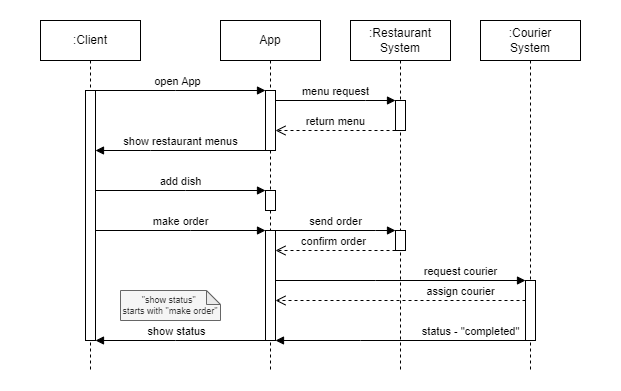
Kaldazar/tp3 keeps this draw.io diagram as PNG-files/sequenceDiagram.png. Above is the earlier version. Source tidied: cells renumbered, new cells last; positions are measured from the earlier drawing's top-left corner, leaving out a move shared by most shapes. Its diagram source:
```xml
<mxGraphModel>
  <root>
    <mxCell id="0" />
    <mxCell id="1" parent="0" />
    <mxCell id="2" style="rounded=0;whiteSpace=wrap;html=1;opacity=0;" parent="1" vertex="1">
      <mxGeometry width="620" height="390" as="geometry" />
    </mxCell>
    <mxCell id="3" value=":Client" style="shape=umlLifeline;perimeter=lifelinePerimeter;whiteSpace=wrap;html=1;newEdgeStyle={&quot;edgeStyle&quot;:&quot;elbowEdgeStyle&quot;,&quot;elbow&quot;:&quot;vertical&quot;,&quot;curved&quot;:0,&quot;rounded&quot;:0};" parent="1" vertex="1">
      <mxGeometry x="40" y="20" width="100" height="350" as="geometry" />
    </mxCell>
    <mxCell id="4" style="html=1;points=[];perimeter=orthogonalPerimeter;outlineConnect=0;targetShapes=umlLifeline;portConstraint=eastwest;newEdgeStyle={&quot;edgeStyle&quot;:&quot;elbowEdgeStyle&quot;,&quot;elbow&quot;:&quot;vertical&quot;,&quot;curved&quot;:0,&quot;rounded&quot;:0};" parent="3" vertex="1">
      <mxGeometry x="45" y="70" width="10" height="250" as="geometry" />
    </mxCell>
    <mxCell id="5" value="App" style="shape=umlLifeline;perimeter=lifelinePerimeter;whiteSpace=wrap;html=1;newEdgeStyle={&quot;edgeStyle&quot;:&quot;elbowEdgeStyle&quot;,&quot;elbow&quot;:&quot;vertical&quot;,&quot;curved&quot;:0,&quot;rounded&quot;:0};" parent="1" vertex="1">
      <mxGeometry x="220" y="20" width="100" height="350" as="geometry" />
    </mxCell>
    <mxCell id="6" style="html=1;points=[];perimeter=orthogonalPerimeter;outlineConnect=0;targetShapes=umlLifeline;portConstraint=eastwest;newEdgeStyle={&quot;edgeStyle&quot;:&quot;elbowEdgeStyle&quot;,&quot;elbow&quot;:&quot;vertical&quot;,&quot;curved&quot;:0,&quot;rounded&quot;:0};" parent="5" vertex="1">
      <mxGeometry x="45" y="70" width="10" height="60" as="geometry" />
    </mxCell>
    <mxCell id="7" style="html=1;points=[];perimeter=orthogonalPerimeter;outlineConnect=0;targetShapes=umlLifeline;portConstraint=eastwest;newEdgeStyle={&quot;edgeStyle&quot;:&quot;elbowEdgeStyle&quot;,&quot;elbow&quot;:&quot;vertical&quot;,&quot;curved&quot;:0,&quot;rounded&quot;:0};" parent="5" vertex="1">
      <mxGeometry x="45" y="170" width="10" height="20" as="geometry" />
    </mxCell>
    <mxCell id="8" style="html=1;points=[];perimeter=orthogonalPerimeter;outlineConnect=0;targetShapes=umlLifeline;portConstraint=eastwest;newEdgeStyle={&quot;edgeStyle&quot;:&quot;elbowEdgeStyle&quot;,&quot;elbow&quot;:&quot;vertical&quot;,&quot;curved&quot;:0,&quot;rounded&quot;:0};" parent="5" vertex="1">
      <mxGeometry x="45" y="210" width="10" height="110" as="geometry" />
    </mxCell>
    <mxCell id="9" value="open App" style="html=1;verticalAlign=bottom;endArrow=block;edgeStyle=elbowEdgeStyle;elbow=vertical;curved=0;rounded=0;" parent="1" edge="1" target="6">
      <mxGeometry relative="1" as="geometry">
        <mxPoint x="90" y="90" as="sourcePoint" />
        <Array as="points">
          <mxPoint x="175" y="90" />
        </Array>
      </mxGeometry>
    </mxCell>
    <mxCell id="10" value="show restaurant menus" style="html=1;verticalAlign=bottom;endArrow=block;edgeStyle=elbowEdgeStyle;elbow=vertical;curved=0;rounded=0;" parent="1" edge="1" source="6" target="4">
      <mxGeometry relative="1" as="geometry">
        <Array as="points">
          <mxPoint x="150" y="150" />
          <mxPoint x="190" y="140" />
        </Array>
      </mxGeometry>
    </mxCell>
    <mxCell id="11" value=":Restaurant&lt;div&gt;System&lt;/div&gt;" style="shape=umlLifeline;perimeter=lifelinePerimeter;whiteSpace=wrap;html=1;newEdgeStyle={&quot;edgeStyle&quot;:&quot;elbowEdgeStyle&quot;,&quot;elbow&quot;:&quot;vertical&quot;,&quot;curved&quot;:0,&quot;rounded&quot;:0};" parent="1" vertex="1">
      <mxGeometry x="350" y="20" width="100" height="350" as="geometry" />
    </mxCell>
    <mxCell id="12" style="html=1;points=[];perimeter=orthogonalPerimeter;outlineConnect=0;targetShapes=umlLifeline;portConstraint=eastwest;newEdgeStyle={&quot;edgeStyle&quot;:&quot;elbowEdgeStyle&quot;,&quot;elbow&quot;:&quot;vertical&quot;,&quot;curved&quot;:0,&quot;rounded&quot;:0};" parent="11" vertex="1">
      <mxGeometry x="45" y="80" width="10" height="30" as="geometry" />
    </mxCell>
    <mxCell id="13" style="html=1;points=[];perimeter=orthogonalPerimeter;outlineConnect=0;targetShapes=umlLifeline;portConstraint=eastwest;newEdgeStyle={&quot;edgeStyle&quot;:&quot;elbowEdgeStyle&quot;,&quot;elbow&quot;:&quot;vertical&quot;,&quot;curved&quot;:0,&quot;rounded&quot;:0};" parent="11" vertex="1">
      <mxGeometry x="45" y="210" width="10" height="20" as="geometry" />
    </mxCell>
    <mxCell id="14" value=":Courier&lt;div&gt;System&lt;/div&gt;" style="shape=umlLifeline;perimeter=lifelinePerimeter;whiteSpace=wrap;html=1;newEdgeStyle={&quot;edgeStyle&quot;:&quot;elbowEdgeStyle&quot;,&quot;elbow&quot;:&quot;vertical&quot;,&quot;curved&quot;:0,&quot;rounded&quot;:0};" parent="1" vertex="1">
      <mxGeometry x="480" y="20" width="100" height="350" as="geometry" />
    </mxCell>
    <mxCell id="15" style="html=1;points=[];perimeter=orthogonalPerimeter;outlineConnect=0;targetShapes=umlLifeline;portConstraint=eastwest;newEdgeStyle={&quot;edgeStyle&quot;:&quot;elbowEdgeStyle&quot;,&quot;elbow&quot;:&quot;vertical&quot;,&quot;curved&quot;:0,&quot;rounded&quot;:0};" parent="14" vertex="1">
      <mxGeometry x="45" y="260" width="10" height="60" as="geometry" />
    </mxCell>
    <mxCell id="16" value="menu request" style="html=1;verticalAlign=bottom;endArrow=block;edgeStyle=elbowEdgeStyle;elbow=vertical;curved=0;rounded=0;" parent="1" edge="1">
      <mxGeometry relative="1" as="geometry">
        <mxPoint x="275" y="100" as="sourcePoint" />
        <mxPoint x="395" y="100" as="targetPoint" />
        <Array as="points">
          <mxPoint x="365" y="100" />
        </Array>
      </mxGeometry>
    </mxCell>
    <mxCell id="17" value="return menu" style="html=1;verticalAlign=bottom;endArrow=open;dashed=1;endSize=8;edgeStyle=elbowEdgeStyle;elbow=horizontal;curved=0;rounded=0;" parent="1" edge="1" source="12">
      <mxGeometry relative="1" as="geometry">
        <mxPoint x="275" y="130" as="targetPoint" />
        <Array as="points">
          <mxPoint x="390" y="130" />
        </Array>
      </mxGeometry>
    </mxCell>
    <mxCell id="18" value="add dish" style="html=1;verticalAlign=bottom;endArrow=block;edgeStyle=elbowEdgeStyle;elbow=vertical;curved=0;rounded=0;" parent="1" edge="1" source="4" target="7">
      <mxGeometry relative="1" as="geometry">
        <Array as="points">
          <mxPoint x="185" y="190" />
        </Array>
      </mxGeometry>
    </mxCell>
    <mxCell id="19" value="make order" style="html=1;verticalAlign=bottom;endArrow=block;edgeStyle=elbowEdgeStyle;elbow=vertical;curved=0;rounded=0;" parent="1" edge="1" source="4" target="8">
      <mxGeometry relative="1" as="geometry">
        <Array as="points">
          <mxPoint x="190" y="230" />
        </Array>
      </mxGeometry>
    </mxCell>
    <mxCell id="20" value="send order" style="html=1;verticalAlign=bottom;endArrow=block;edgeStyle=elbowEdgeStyle;elbow=vertical;curved=0;rounded=0;" parent="1" edge="1" source="8" target="13">
      <mxGeometry relative="1" as="geometry">
        <Array as="points">
          <mxPoint x="375" y="230" />
        </Array>
      </mxGeometry>
    </mxCell>
    <mxCell id="21" value="confirm order" style="html=1;verticalAlign=bottom;endArrow=open;dashed=1;endSize=8;edgeStyle=elbowEdgeStyle;elbow=vertical;curved=0;rounded=0;" parent="1" edge="1" source="13" target="8">
      <mxGeometry x="0.04" relative="1" as="geometry">
        <Array as="points">
          <mxPoint x="365" y="250" />
        </Array>
      </mxGeometry>
    </mxCell>
    <mxCell id="22" value="request courier" style="html=1;verticalAlign=bottom;endArrow=block;edgeStyle=elbowEdgeStyle;elbow=vertical;curved=0;rounded=0;" parent="1" edge="1" source="8" target="15">
      <mxGeometry x="0.48" relative="1" as="geometry">
        <Array as="points">
          <mxPoint x="375" y="280" />
        </Array>
      </mxGeometry>
    </mxCell>
    <mxCell id="23" value="assign courier" style="html=1;verticalAlign=bottom;endArrow=open;dashed=1;endSize=8;edgeStyle=elbowEdgeStyle;elbow=vertical;curved=0;rounded=0;" parent="1" edge="1" source="15" target="8">
      <mxGeometry x="-0.48" relative="1" as="geometry">
        <Array as="points">
          <mxPoint x="490" y="300" />
        </Array>
      </mxGeometry>
    </mxCell>
    <mxCell id="24" value="status - &quot;completed&quot;" style="html=1;verticalAlign=bottom;endArrow=block;edgeStyle=elbowEdgeStyle;elbow=horizontal;curved=0;rounded=0;" parent="1" edge="1" target="8">
      <mxGeometry x="-0.53" relative="1" as="geometry">
        <mxPoint x="530" y="340" as="sourcePoint" />
        <Array as="points">
          <mxPoint x="360" y="340" />
        </Array>
      </mxGeometry>
    </mxCell>
    <mxCell id="25" value="show status" style="html=1;verticalAlign=bottom;endArrow=block;edgeStyle=elbowEdgeStyle;elbow=horizontal;curved=0;rounded=0;" parent="1" edge="1" source="8" target="4">
      <mxGeometry x="0.06" relative="1" as="geometry">
        <Array as="points">
          <mxPoint x="175" y="340" />
        </Array>
      </mxGeometry>
    </mxCell>
    <mxCell id="26" value="&quot;show status&quot;&amp;nbsp;&lt;div style=&quot;font-size: 9px;&quot;&gt;starts with &quot;make order&quot;&lt;/div&gt;" style="shape=note;whiteSpace=wrap;html=1;backgroundOutline=1;darkOpacity=0.05;fillColor=#f5f5f5;fontColor=#333333;strokeColor=#666666;fontSize=9;labelPosition=center;verticalLabelPosition=middle;align=center;verticalAlign=middle;size=14;" parent="1" vertex="1">
      <mxGeometry x="120" y="290" width="100" height="30" as="geometry" />
    </mxCell>
  </root>
</mxGraphModel>
```
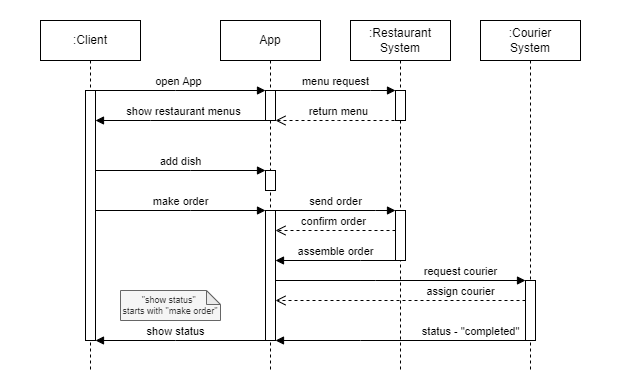
After the change.

What changed in the source:
```diff
@@ -15,13 +15,13 @@
       <mxGeometry x="220" y="20" width="100" height="350" as="geometry" />
     </mxCell>
     <mxCell id="6" style="html=1;points=[];perimeter=orthogonalPerimeter;outlineConnect=0;targetShapes=umlLifeline;portConstraint=eastwest;newEdgeStyle={&quot;edgeStyle&quot;:&quot;elbowEdgeStyle&quot;,&quot;elbow&quot;:&quot;vertical&quot;,&quot;curved&quot;:0,&quot;rounded&quot;:0};" parent="5" vertex="1">
-      <mxGeometry x="45" y="70" width="10" height="60" as="geometry" />
+      <mxGeometry x="45" y="70" width="10" height="30" as="geometry" />
     </mxCell>
     <mxCell id="7" style="html=1;points=[];perimeter=orthogonalPerimeter;outlineConnect=0;targetShapes=umlLifeline;portConstraint=eastwest;newEdgeStyle={&quot;edgeStyle&quot;:&quot;elbowEdgeStyle&quot;,&quot;elbow&quot;:&quot;vertical&quot;,&quot;curved&quot;:0,&quot;rounded&quot;:0};" parent="5" vertex="1">
-      <mxGeometry x="45" y="170" width="10" height="20" as="geometry" />
+      <mxGeometry x="45" y="150" width="10" height="20" as="geometry" />
     </mxCell>
     <mxCell id="8" style="html=1;points=[];perimeter=orthogonalPerimeter;outlineConnect=0;targetShapes=umlLifeline;portConstraint=eastwest;newEdgeStyle={&quot;edgeStyle&quot;:&quot;elbowEdgeStyle&quot;,&quot;elbow&quot;:&quot;vertical&quot;,&quot;curved&quot;:0,&quot;rounded&quot;:0};" parent="5" vertex="1">
-      <mxGeometry x="45" y="210" width="10" height="110" as="geometry" />
+      <mxGeometry x="45" y="190" width="10" height="130" as="geometry" />
     </mxCell>
     <mxCell id="9" value="open App" style="html=1;verticalAlign=bottom;endArrow=block;edgeStyle=elbowEdgeStyle;elbow=vertical;curved=0;rounded=0;" parent="1" edge="1" target="6">
       <mxGeometry relative="1" as="geometry">
@@ -31,11 +31,13 @@
         </Array>
       </mxGeometry>
     </mxCell>
-    <mxCell id="10" value="show restaurant menus" style="html=1;verticalAlign=bottom;endArrow=block;edgeStyle=elbowEdgeStyle;elbow=vertical;curved=0;rounded=0;" parent="1" edge="1" source="6" target="4">
+    <mxCell id="10" value="show restaurant menus" style="html=1;verticalAlign=bottom;endArrow=block;edgeStyle=elbowEdgeStyle;elbow=vertical;curved=0;rounded=0;" parent="1" edge="1">
       <mxGeometry relative="1" as="geometry">
+        <mxPoint x="270" y="120" as="sourcePoint" />
+        <mxPoint x="95" y="120" as="targetPoint" />
         <Array as="points">
-          <mxPoint x="150" y="150" />
-          <mxPoint x="190" y="140" />
+          <mxPoint x="150" y="120" />
+          <mxPoint x="190" y="110" />
         </Array>
       </mxGeometry>
     </mxCell>
@@ -43,10 +45,10 @@
       <mxGeometry x="350" y="20" width="100" height="350" as="geometry" />
     </mxCell>
     <mxCell id="12" style="html=1;points=[];perimeter=orthogonalPerimeter;outlineConnect=0;targetShapes=umlLifeline;portConstraint=eastwest;newEdgeStyle={&quot;edgeStyle&quot;:&quot;elbowEdgeStyle&quot;,&quot;elbow&quot;:&quot;vertical&quot;,&quot;curved&quot;:0,&quot;rounded&quot;:0};" parent="11" vertex="1">
-      <mxGeometry x="45" y="80" width="10" height="30" as="geometry" />
+      <mxGeometry x="45" y="70" width="10" height="30" as="geometry" />
     </mxCell>
     <mxCell id="13" style="html=1;points=[];perimeter=orthogonalPerimeter;outlineConnect=0;targetShapes=umlLifeline;portConstraint=eastwest;newEdgeStyle={&quot;edgeStyle&quot;:&quot;elbowEdgeStyle&quot;,&quot;elbow&quot;:&quot;vertical&quot;,&quot;curved&quot;:0,&quot;rounded&quot;:0};" parent="11" vertex="1">
-      <mxGeometry x="45" y="210" width="10" height="20" as="geometry" />
+      <mxGeometry x="45" y="190" width="10" height="50" as="geometry" />
     </mxCell>
     <mxCell id="14" value=":Courier&lt;div&gt;System&lt;/div&gt;" style="shape=umlLifeline;perimeter=lifelinePerimeter;whiteSpace=wrap;html=1;newEdgeStyle={&quot;edgeStyle&quot;:&quot;elbowEdgeStyle&quot;,&quot;elbow&quot;:&quot;vertical&quot;,&quot;curved&quot;:0,&quot;rounded&quot;:0};" parent="1" vertex="1">
       <mxGeometry x="480" y="20" width="100" height="350" as="geometry" />
@@ -54,48 +56,49 @@
     <mxCell id="15" style="html=1;points=[];perimeter=orthogonalPerimeter;outlineConnect=0;targetShapes=umlLifeline;portConstraint=eastwest;newEdgeStyle={&quot;edgeStyle&quot;:&quot;elbowEdgeStyle&quot;,&quot;elbow&quot;:&quot;vertical&quot;,&quot;curved&quot;:0,&quot;rounded&quot;:0};" parent="14" vertex="1">
       <mxGeometry x="45" y="260" width="10" height="60" as="geometry" />
     </mxCell>
-    <mxCell id="16" value="menu request" style="html=1;verticalAlign=bottom;endArrow=block;edgeStyle=elbowEdgeStyle;elbow=vertical;curved=0;rounded=0;" parent="1" edge="1">
+    <mxCell id="16" value="menu request" style="html=1;verticalAlign=bottom;endArrow=block;edgeStyle=elbowEdgeStyle;elbow=vertical;curved=0;rounded=0;" parent="1" edge="1" source="6" target="12">
       <mxGeometry relative="1" as="geometry">
-        <mxPoint x="275" y="100" as="sourcePoint" />
-        <mxPoint x="395" y="100" as="targetPoint" />
         <Array as="points">
-          <mxPoint x="365" y="100" />
+          <mxPoint x="370" y="90" />
         </Array>
       </mxGeometry>
     </mxCell>
-    <mxCell id="17" value="return menu" style="html=1;verticalAlign=bottom;endArrow=open;dashed=1;endSize=8;edgeStyle=elbowEdgeStyle;elbow=horizontal;curved=0;rounded=0;" parent="1" edge="1" source="12">
+    <mxCell id="17" value="return menu" style="html=1;verticalAlign=bottom;endArrow=open;dashed=1;endSize=8;edgeStyle=elbowEdgeStyle;elbow=horizontal;curved=0;rounded=0;exitX=0.5;exitY=1;exitDx=0;exitDy=0;exitPerimeter=0;" parent="1" edge="1" source="12">
       <mxGeometry relative="1" as="geometry">
-        <mxPoint x="275" y="130" as="targetPoint" />
-        <Array as="points">
-          <mxPoint x="390" y="130" />
-        </Array>
+        <mxPoint x="275" y="120" as="targetPoint" />
       </mxGeometry>
     </mxCell>
     <mxCell id="18" value="add dish" style="html=1;verticalAlign=bottom;endArrow=block;edgeStyle=elbowEdgeStyle;elbow=vertical;curved=0;rounded=0;" parent="1" edge="1" source="4" target="7">
       <mxGeometry relative="1" as="geometry">
         <Array as="points">
-          <mxPoint x="185" y="190" />
+          <mxPoint x="190" y="170" />
         </Array>
       </mxGeometry>
     </mxCell>
-    <mxCell id="19" value="make order" style="html=1;verticalAlign=bottom;endArrow=block;edgeStyle=elbowEdgeStyle;elbow=vertical;curved=0;rounded=0;" parent="1" edge="1" source="4" target="8">
+    <mxCell id="19" value="make order" style="html=1;verticalAlign=bottom;endArrow=block;edgeStyle=elbowEdgeStyle;elbow=vertical;curved=0;rounded=0;" parent="1" edge="1">
       <mxGeometry relative="1" as="geometry">
+        <mxPoint x="95" y="210" as="sourcePoint" />
+        <mxPoint x="265" y="210" as="targetPoint" />
         <Array as="points">
-          <mxPoint x="190" y="230" />
+          <mxPoint x="190" y="210" />
         </Array>
       </mxGeometry>
     </mxCell>
-    <mxCell id="20" value="send order" style="html=1;verticalAlign=bottom;endArrow=block;edgeStyle=elbowEdgeStyle;elbow=vertical;curved=0;rounded=0;" parent="1" edge="1" source="8" target="13">
+    <mxCell id="20" value="send order" style="html=1;verticalAlign=bottom;endArrow=block;edgeStyle=elbowEdgeStyle;elbow=vertical;curved=0;rounded=0;" parent="1" edge="1">
       <mxGeometry relative="1" as="geometry">
+        <mxPoint x="275" y="210" as="sourcePoint" />
+        <mxPoint x="395" y="210" as="targetPoint" />
         <Array as="points">
-          <mxPoint x="375" y="230" />
+          <mxPoint x="375" y="210" />
         </Array>
       </mxGeometry>
     </mxCell>
-    <mxCell id="21" value="confirm order" style="html=1;verticalAlign=bottom;endArrow=open;dashed=1;endSize=8;edgeStyle=elbowEdgeStyle;elbow=vertical;curved=0;rounded=0;" parent="1" edge="1" source="13" target="8">
+    <mxCell id="21" value="confirm order" style="html=1;verticalAlign=bottom;endArrow=open;dashed=1;endSize=8;edgeStyle=elbowEdgeStyle;elbow=vertical;curved=0;rounded=0;" parent="1" edge="1">
       <mxGeometry x="0.04" relative="1" as="geometry">
+        <mxPoint x="395" y="230" as="sourcePoint" />
+        <mxPoint x="275" y="230" as="targetPoint" />
         <Array as="points">
-          <mxPoint x="365" y="250" />
+          <mxPoint x="365" y="230" />
         </Array>
       </mxGeometry>
     </mxCell>
@@ -131,5 +134,13 @@
     <mxCell id="26" value="&quot;show status&quot;&amp;nbsp;&lt;div style=&quot;font-size: 9px;&quot;&gt;starts with &quot;make order&quot;&lt;/div&gt;" style="shape=note;whiteSpace=wrap;html=1;backgroundOutline=1;darkOpacity=0.05;fillColor=#f5f5f5;fontColor=#333333;strokeColor=#666666;fontSize=9;labelPosition=center;verticalLabelPosition=middle;align=center;verticalAlign=middle;size=14;" parent="1" vertex="1">
       <mxGeometry x="120" y="290" width="100" height="30" as="geometry" />
     </mxCell>
+    <mxCell id="27" value="assemble order" style="html=1;verticalAlign=bottom;endArrow=block;edgeStyle=elbowEdgeStyle;elbow=vertical;curved=0;rounded=0;" parent="1" edge="1" source="13" target="8">
+      <mxGeometry relative="1" as="geometry">
+        <Array as="points">
+          <mxPoint x="360" y="260" />
+          <mxPoint x="370" y="270" />
+        </Array>
+      </mxGeometry>
+    </mxCell>
   </root>
 </mxGraphModel>
```
